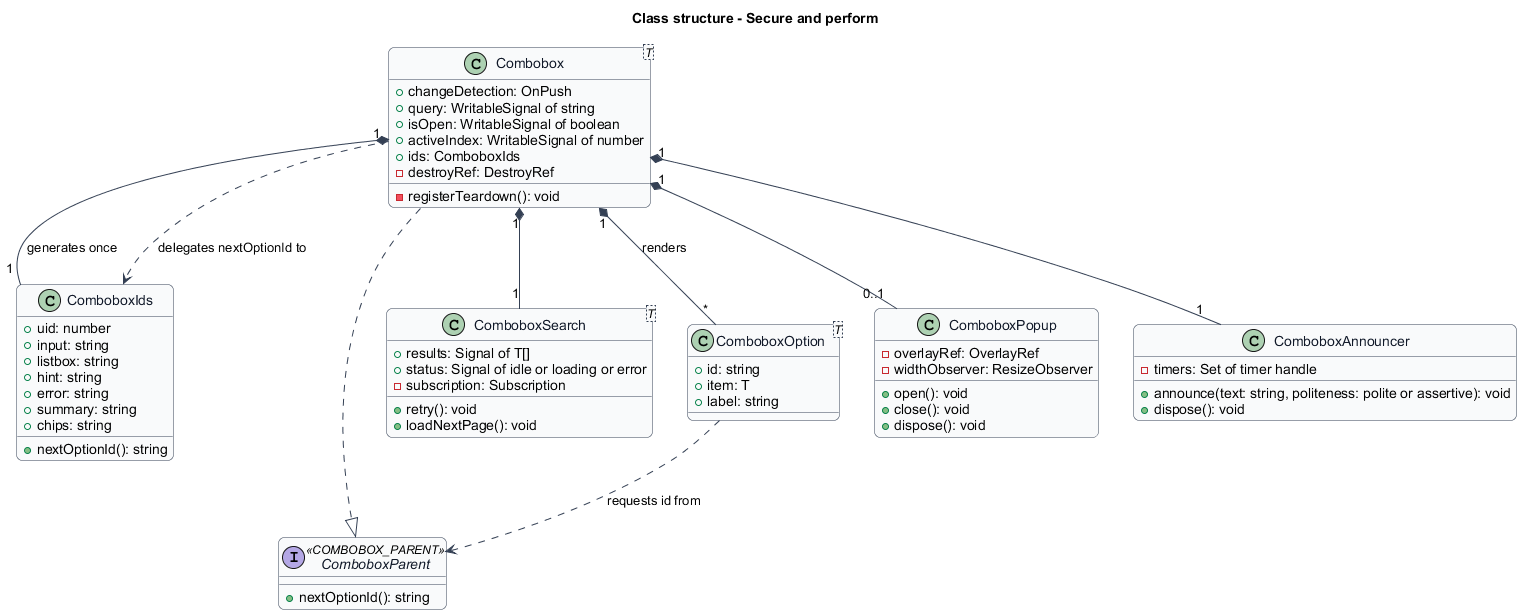
The PlantUML diagram docs/detailed-designs/combobox/secure-and-perform/diagrams/class-structure.png in QuinntyneBrown/Tessera, before a commit.
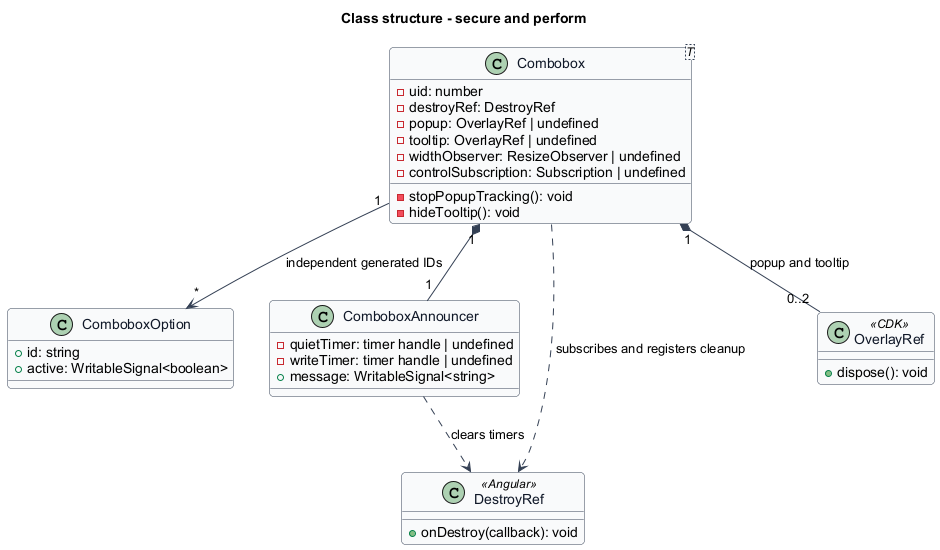
The same file after the commit.

Change to the diagram source:
```diff
@@ -1,76 +1,43 @@
 @startuml
-title Class structure - Secure and perform
 skinparam backgroundColor #FFFFFF
 skinparam shadowing false
-skinparam roundcorner 12
+skinparam roundcorner 8
 skinparam defaultFontName Arial
 skinparam ArrowColor #344054
-skinparam rectangle {
-  BorderColor #344054
-  FontColor #101828
-}
-skinparam package {
-  BorderColor #667085
-  FontColor #101828
-  BackgroundColor #F9FAFB
-}
 skinparam class {
   BorderColor #344054
   FontColor #101828
   BackgroundColor #F9FAFB
 }
-class "Combobox<T>" as Combobox {
-  +changeDetection: OnPush
-  +query: WritableSignal of string
-  +isOpen: WritableSignal of boolean
-  +activeIndex: WritableSignal of number
-  +ids: ComboboxIds
+title Class structure - secure and perform
+class "Combobox<T>" as Combo {
+  -uid: number
   -destroyRef: DestroyRef
-  -registerTeardown(): void
+  -popup: OverlayRef | undefined
+  -tooltip: OverlayRef | undefined
+  -widthObserver: ResizeObserver | undefined
+  -controlSubscription: Subscription | undefined
+  -stopPopupTracking(): void
+  -hideTooltip(): void
 }
-class ComboboxIds {
-  +uid: number
-  +input: string
-  +listbox: string
-  +hint: string
-  +error: string
-  +summary: string
-  +chips: string
-  +nextOptionId(): string
+class ComboboxOption {
+  +id: string
+  +active: WritableSignal<boolean>
 }
-interface ComboboxParent <<COMBOBOX_PARENT>> {
-  +nextOptionId(): string
+class ComboboxAnnouncer {
+  -quietTimer: timer handle | undefined
+  -writeTimer: timer handle | undefined
+  +message: WritableSignal<string>
 }
-class "ComboboxSearch<T>" as ComboboxSearch {
-  +results: Signal of T[]
-  +status: Signal of idle or loading or error
-  +retry(): void
-  +loadNextPage(): void
-  -subscription: Subscription
+class DestroyRef <<Angular>> {
+  +onDestroy(callback): void
 }
-class "ComboboxOption<T>" as ComboboxOption {
-  +id: string
-  +item: T
-  +label: string
-}
-class ComboboxPopup {
-  -overlayRef: OverlayRef
-  -widthObserver: ResizeObserver
-  +open(): void
-  +close(): void
+class OverlayRef <<CDK>> {
   +dispose(): void
 }
-class ComboboxAnnouncer {
-  -timers: Set of timer handle
-  +announce(text: string, politeness: polite or assertive): void
-  +dispose(): void
-}
-Combobox "1" *-- "1" ComboboxIds : generates once
-Combobox "1" *-- "1" ComboboxSearch
-Combobox "1" *-- "0..1" ComboboxPopup
-Combobox "1" *-- "1" ComboboxAnnouncer
-Combobox "1" *-- "*" ComboboxOption : renders
-Combobox ..|> ComboboxParent
-Combobox ..> ComboboxIds : delegates nextOptionId to
-ComboboxOption ..> ComboboxParent : requests id from
+Combo ..> DestroyRef : subscribes and registers cleanup
+Combo "1" *-- "0..2" OverlayRef : popup and tooltip
+Combo "1" *-- "1" ComboboxAnnouncer
+ComboboxAnnouncer ..> DestroyRef : clears timers
+Combo "1" --> "*" ComboboxOption : independent generated IDs
 @enduml
```
